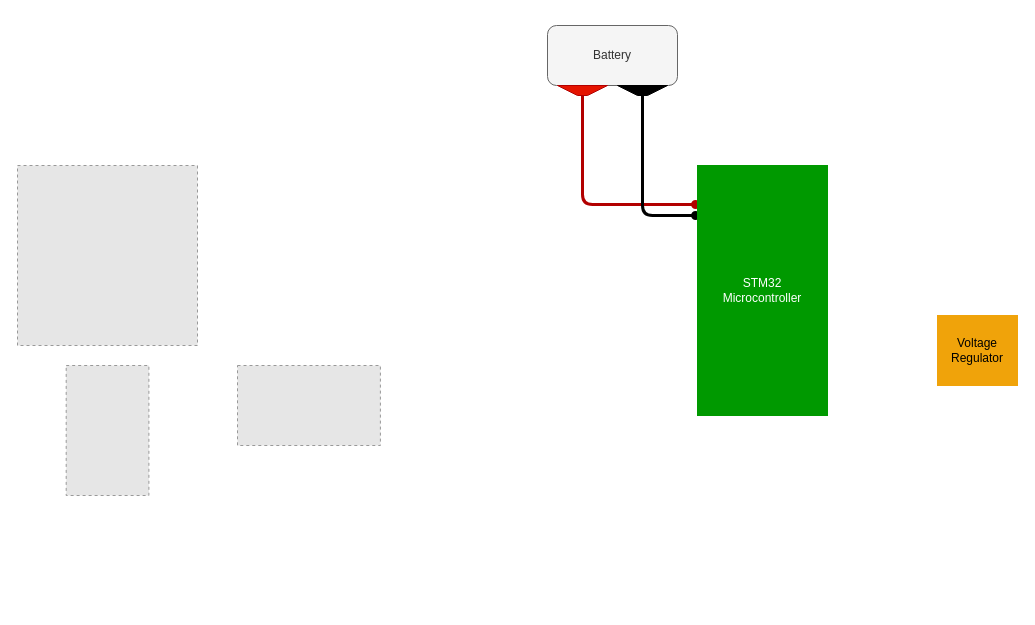
anilberg/My-Diagrams keeps this draw.io diagram as Bitirme 1 - Schematics/bitirme1-elektronik-sematik.drawio. Above is the earlier version. Source tidied: cells renumbered, new cells numbered last; positions are measured from the earlier drawing's top-left corner, leaving out a move shared by most shapes. Both pictures are drawn from the tidied source at 100%, with x=0, y=0 at pixel (17, 25). Pictures stored in the file or linked from it are replaced by grey dashed boxes.
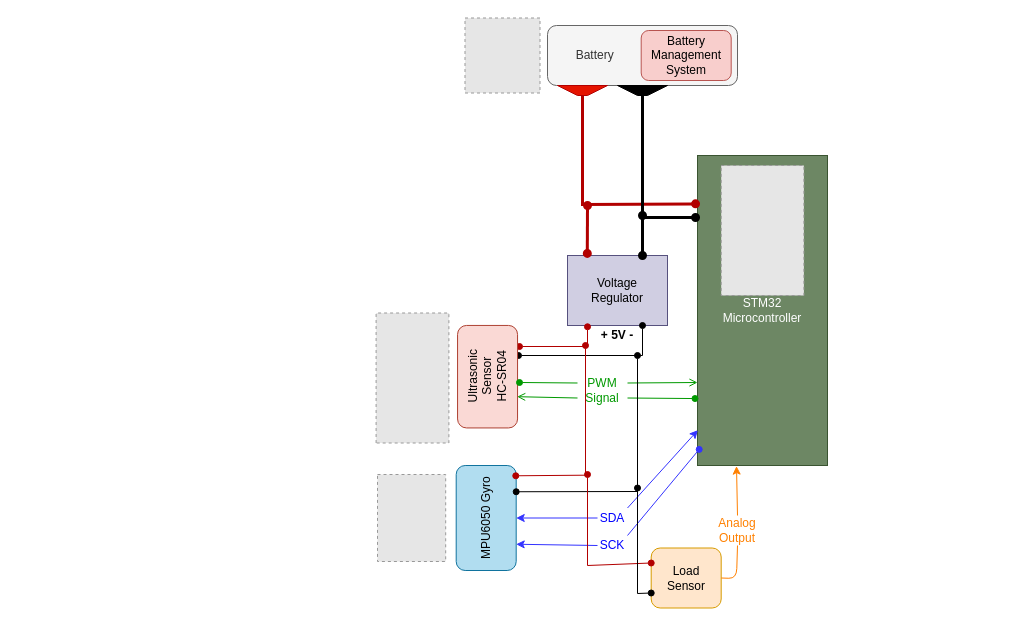
The same page after the edit.

The change refers to these unchanged cells:
```xml
<mxCell id="7" style="shape=trapezoid;perimeter=trapezoidPerimeter;whiteSpace=wrap;html=1;fixedSize=1;rotation=-180;fillColor=#e51400;strokeColor=#B20000;fontColor=#ffffff;" parent="1" vertex="1">
  <mxGeometry x="540" y="60" width="50" height="10" as="geometry" />
</mxCell>
<mxCell id="8" style="shape=trapezoid;perimeter=trapezoidPerimeter;whiteSpace=wrap;html=1;fixedSize=1;rotation=-180;fontColor=#ffffff;fillColor=#000000;" parent="1" vertex="1">
  <mxGeometry x="600" y="60" width="50" height="10" as="geometry" />
</mxCell>
```

Diff of the diagram source:
```diff
@@
+    <mxCell id="9" value="STM32&lt;br&gt;Microcontroller" style="rounded=0;whiteSpace=wrap;html=1;fontColor=#ffffff;fillColor=#6d8764;strokeColor=#3A5431;" parent="1" vertex="1">
+      <mxGeometry x="680" y="130" width="130" height="310" as="geometry" />
+    </mxCell>
     <mxCell id="2" style="fillColor=#E6E6E6;strokeColor=#999999;dashed=1;verticalLabelPosition=bottom;labelBackgroundColor=#ffffff;verticalAlign=top;" parent="1" vertex="1">
-      <mxGeometry y="140" width="180" height="180" as="geometry" />
+      <mxGeometry x="447.5" y="-7.5" width="75" height="75" as="geometry" />
     </mxCell>
     <mxCell id="3" style="fillColor=#E6E6E6;strokeColor=#999999;dashed=1;verticalLabelPosition=bottom;verticalAlign=top;" parent="1" vertex="1">
-      <mxGeometry x="48.7" y="340" width="82.7" height="130" as="geometry" />
+      <mxGeometry x="703.7" y="140" width="82.7" height="130" as="geometry" />
     </mxCell>
-    <mxCell id="4" style="endArrow=oval;html=1;fillColor=#e51400;strokeColor=#B20000;strokeWidth=3;startArrow=oval;startFill=1;endFill=1;entryX=0.5;entryY=1;entryDx=0;entryDy=0;exitX=-0.015;exitY=0.156;exitDx=0;exitDy=0;exitPerimeter=0;" parent="1" edge="1" source="9" target="7">
+    <mxCell id="4" style="endArrow=oval;html=1;fillColor=#e51400;strokeColor=#B20000;strokeWidth=3;startArrow=oval;startFill=1;endFill=1;entryX=0.5;entryY=1;entryDx=0;entryDy=0;exitX=-0.015;exitY=0.156;exitDx=0;exitDy=0;exitPerimeter=0;rounded=0;" parent="1" edge="1" source="9" target="7">
       <mxGeometry relative="1" as="geometry">
         <Array as="points">
           <mxPoint x="565" y="179" />
         </Array>
       </mxGeometry>
     </mxCell>
-    <mxCell id="5" style="endArrow=oval;html=1;fillColor=#e51400;strokeWidth=3;startArrow=oval;startFill=1;endFill=1;exitX=0.5;exitY=1;exitDx=0;exitDy=0;entryX=-0.015;entryY=0.2;entryDx=0;entryDy=0;entryPerimeter=0;" parent="1" edge="1" source="8" target="9">
+    <mxCell id="5" style="endArrow=oval;html=1;fillColor=#e51400;strokeWidth=3;startArrow=oval;startFill=1;endFill=1;exitX=0.5;exitY=1;exitDx=0;exitDy=0;entryX=-0.015;entryY=0.2;entryDx=0;entryDy=0;entryPerimeter=0;rounded=0;" parent="1" edge="1" source="8" target="9">
       <mxGeometry relative="1" as="geometry">
         <Array as="points">
-          <mxPoint x="625" y="190" />
+          <mxPoint x="625" y="192" />
         </Array>
       </mxGeometry>
     </mxCell>
-    <mxCell id="6" value="Battery" style="rounded=1;whiteSpace=wrap;html=1;fillColor=#f5f5f5;strokeColor=#666666;fontColor=#333333;" parent="1" vertex="1">
-      <mxGeometry x="530" width="130" height="60" as="geometry" />
+    <mxCell id="6" value="&amp;nbsp; &amp;nbsp; &amp;nbsp; &amp;nbsp; Battery" style="rounded=1;whiteSpace=wrap;html=1;fillColor=#f5f5f5;strokeColor=#666666;fontColor=#333333;align=left;" parent="1" vertex="1">
+      <mxGeometry x="530" width="190" height="60" as="geometry" />
     </mxCell>
@@
-    <mxCell id="9" value="STM32&lt;br&gt;Microcontroller" style="rounded=0;whiteSpace=wrap;html=1;fontColor=#ffffff;fillColor=#009900;strokeColor=#009900;" parent="1" vertex="1">
-      <mxGeometry x="680" y="140" width="130" height="250" as="geometry" />
-    </mxCell>
-    <mxCell id="10" style="fillColor=#E6E6E6;strokeColor=#999999;dashed=1;verticalLabelPosition=bottom;labelBackgroundColor=#ffffff;verticalAlign=top;" parent="1" vertex="1">
-      <mxGeometry x="220" y="340" width="142.9" height="80" as="geometry" />
+    <mxCell id="10" style="fillColor=#E6E6E6;strokeColor=#999999;dashed=1;verticalLabelPosition=bottom;labelBackgroundColor=#ffffff;verticalAlign=top;rotation=-90;" parent="1" vertex="1">
+      <mxGeometry x="330" y="316.1" width="130" height="72.8" as="geometry" />
     </mxCell>
-    <mxCell id="11" value="Voltage&lt;br&gt;Regulator" style="rounded=0;whiteSpace=wrap;html=1;fontColor=#000000;fillColor=#F0A30A;strokeColor=#F0A30A;" parent="1" vertex="1">
-      <mxGeometry x="920" y="290" width="80" height="70" as="geometry" />
+    <mxCell id="11" value="Voltage&lt;br&gt;Regulator" style="rounded=0;whiteSpace=wrap;html=1;fillColor=#d0cee2;strokeColor=#56517e;" parent="1" vertex="1">
+      <mxGeometry x="550" y="230" width="100" height="70" as="geometry" />
     </mxCell>
+    <mxCell id="12" style="endArrow=oval;html=1;fillColor=#e51400;strokeColor=#B20000;strokeWidth=3;startArrow=oval;startFill=1;endFill=1;rounded=0;exitX=0.198;exitY=-0.03;exitDx=0;exitDy=0;exitPerimeter=0;" parent="1" edge="1" source="11">
+      <mxGeometry relative="1" as="geometry">
+        <mxPoint x="570" y="180" as="targetPoint" />
+      </mxGeometry>
+    </mxCell>
+    <mxCell id="13" style="endArrow=oval;html=1;fillColor=#e51400;strokeWidth=3;startArrow=oval;startFill=1;endFill=1;rounded=0;entryX=0.75;entryY=0;entryDx=0;entryDy=0;" parent="1" edge="1" target="11">
+      <mxGeometry relative="1" as="geometry">
+        <mxPoint x="625" y="190" as="sourcePoint" />
+      </mxGeometry>
+    </mxCell>
+    <mxCell id="14" style="endArrow=oval;html=1;fillColor=#e51400;strokeColor=#B20000;strokeWidth=1;startArrow=oval;startFill=1;endFill=1;rounded=0;entryX=0.2;entryY=1.018;entryDx=0;entryDy=0;entryPerimeter=0;" parent="1" edge="1" target="11">
+      <mxGeometry relative="1" as="geometry">
+        <mxPoint x="502" y="321" as="sourcePoint" />
+        <Array as="points">
+          <mxPoint x="570" y="321" />
+        </Array>
+      </mxGeometry>
+    </mxCell>
+    <mxCell id="15" style="endArrow=oval;html=1;fillColor=#e51400;strokeWidth=1;startArrow=oval;startFill=1;endFill=1;rounded=0;exitX=0.75;exitY=1;exitDx=0;exitDy=0;" parent="1" edge="1" source="11">
+      <mxGeometry relative="1" as="geometry">
+        <mxPoint x="501" y="330" as="targetPoint" />
+        <Array as="points">
+          <mxPoint x="625" y="330" />
+        </Array>
+      </mxGeometry>
+    </mxCell>
+    <mxCell id="16" value="&lt;b&gt;+ 5V -&lt;/b&gt;" style="text;html=1;strokeColor=none;fillColor=none;align=center;verticalAlign=middle;whiteSpace=wrap;rounded=0;" parent="1" vertex="1">
+      <mxGeometry x="580" y="300" width="40" height="20" as="geometry" />
+    </mxCell>
+    <mxCell id="17" value="Ultrasonic&lt;br&gt;Sensor&lt;br&gt;HC-SR04" style="rounded=1;whiteSpace=wrap;html=1;strokeColor=#ae4132;fillColor=#fad9d5;rotation=-90;" parent="1" vertex="1">
+      <mxGeometry x="418.8" y="321.2" width="102.5" height="60" as="geometry" />
+    </mxCell>
+    <mxCell id="18" style="endArrow=oval;html=1;strokeWidth=1;strokeColor=#009900;startArrow=none;startFill=0;endFill=1;exitX=0;exitY=0.25;exitDx=0;exitDy=0;" parent="1" edge="1" source="19">
+      <mxGeometry relative="1" as="geometry">
+        <mxPoint x="502" y="357" as="targetPoint" />
+      </mxGeometry>
+    </mxCell>
+    <mxCell id="19" value="&lt;font color=&quot;#009900&quot;&gt;PWM Signal&lt;/font&gt;" style="text;html=1;strokeColor=none;fillColor=none;align=center;verticalAlign=middle;whiteSpace=wrap;rounded=0;" parent="1" vertex="1">
+      <mxGeometry x="560" y="350" width="50" height="30" as="geometry" />
+    </mxCell>
+    <mxCell id="20" style="endArrow=none;html=1;strokeWidth=1;strokeColor=#009900;startArrow=open;startFill=0;endFill=1;entryX=1;entryY=0.25;entryDx=0;entryDy=0;" parent="1" edge="1" target="19">
+      <mxGeometry relative="1" as="geometry">
+        <mxPoint x="680" y="357" as="sourcePoint" />
+      </mxGeometry>
+    </mxCell>
+    <mxCell id="21" style="endArrow=oval;html=1;strokeWidth=1;startArrow=none;startFill=0;endFill=1;exitX=1;exitY=0.75;exitDx=0;exitDy=0;entryX=-0.019;entryY=0.784;entryDx=0;entryDy=0;entryPerimeter=0;strokeColor=#009900;" parent="1" edge="1" source="19" target="9">
+      <mxGeometry relative="1" as="geometry" />
+    </mxCell>
+    <mxCell id="22" style="endArrow=none;html=1;strokeWidth=1;strokeColor=#009900;startArrow=open;startFill=0;endFill=1;exitX=0.305;exitY=0.994;exitDx=0;exitDy=0;entryX=0;entryY=0.75;entryDx=0;entryDy=0;exitPerimeter=0;" parent="1" edge="1" source="17" target="19">
+      <mxGeometry relative="1" as="geometry" />
+    </mxCell>
+    <mxCell id="23" value="MPU6050 Gyro" style="rounded=1;whiteSpace=wrap;html=1;strokeColor=#10739e;fillColor=#b1ddf0;rotation=-90;" parent="1" vertex="1">
+      <mxGeometry x="416.2" y="462.5" width="105" height="60" as="geometry" />
+    </mxCell>
+    <mxCell id="24" style="endArrow=oval;html=1;fillColor=#e51400;strokeColor=#B20000;strokeWidth=1;startArrow=oval;startFill=1;endFill=1;rounded=0;exitX=0.902;exitY=0.993;exitDx=0;exitDy=0;exitPerimeter=0;" parent="1" edge="1" source="23">
+      <mxGeometry relative="1" as="geometry">
+        <mxPoint x="568" y="320" as="targetPoint" />
+        <Array as="points">
+          <mxPoint x="568" y="449.7" />
+        </Array>
+      </mxGeometry>
+    </mxCell>
+    <mxCell id="25" style="endArrow=oval;html=1;fillColor=#e51400;strokeWidth=1;startArrow=oval;startFill=1;endFill=1;rounded=0;entryX=0.75;entryY=1;entryDx=0;entryDy=0;" parent="1" edge="1" target="23">
+      <mxGeometry relative="1" as="geometry">
+        <mxPoint x="620" y="330" as="sourcePoint" />
+        <Array as="points">
+          <mxPoint x="620" y="466" />
+        </Array>
+      </mxGeometry>
+    </mxCell>
+    <mxCell id="26" style="endArrow=classic;startArrow=none;html=1;strokeWidth=1;strokeColor=#3333FF;entryX=0.003;entryY=0.886;entryDx=0;entryDy=0;entryPerimeter=0;exitX=1;exitY=0;exitDx=0;exitDy=0;rounded=0;" parent="1" edge="1" source="27" target="9">
+      <mxGeometry relative="1" as="geometry" />
+    </mxCell>
+    <mxCell id="27" value="&lt;font color=&quot;#0000ff&quot;&gt;SDA&lt;/font&gt;" style="text;html=1;strokeColor=none;fillColor=none;align=center;verticalAlign=middle;whiteSpace=wrap;rounded=0;" parent="1" vertex="1">
+      <mxGeometry x="580" y="482.5" width="30" height="20" as="geometry" />
+    </mxCell>
+    <mxCell id="28" style="endArrow=none;startArrow=classic;html=1;strokeWidth=1;strokeColor=#3333FF;exitX=0.5;exitY=1;exitDx=0;exitDy=0;entryX=0;entryY=0.5;entryDx=0;entryDy=0;rounded=0;" parent="1" edge="1" source="23" target="27">
+      <mxGeometry relative="1" as="geometry" />
+    </mxCell>
+    <mxCell id="29" style="endArrow=classic;html=1;strokeColor=#3333FF;strokeWidth=1;startArrow=none;startFill=1;exitX=0;exitY=0.5;exitDx=0;exitDy=0;entryX=0.25;entryY=1;entryDx=0;entryDy=0;" parent="1" edge="1" source="30" target="23">
+      <mxGeometry relative="1" as="geometry" />
+    </mxCell>
+    <mxCell id="30" value="&lt;font color=&quot;#0000ff&quot;&gt;SCK&lt;/font&gt;" style="text;html=1;strokeColor=none;fillColor=none;align=center;verticalAlign=middle;whiteSpace=wrap;rounded=0;" parent="1" vertex="1">
+      <mxGeometry x="580" y="510" width="30" height="20" as="geometry" />
+    </mxCell>
+    <mxCell id="31" style="endArrow=none;html=1;strokeColor=#3333FF;strokeWidth=1;startArrow=oval;startFill=1;exitX=0.013;exitY=0.948;exitDx=0;exitDy=0;exitPerimeter=0;entryX=1;entryY=0;entryDx=0;entryDy=0;" parent="1" edge="1" source="9" target="30">
+      <mxGeometry relative="1" as="geometry" />
+    </mxCell>
+    <mxCell id="32" style="fillColor=#E6E6E6;strokeColor=#999999;dashed=1;verticalLabelPosition=bottom;labelBackgroundColor=#ffffff;verticalAlign=top;" parent="1" vertex="1">
+      <mxGeometry x="360" y="449" width="68.2" height="87" as="geometry" />
+    </mxCell>
+    <mxCell id="33" value="Load Sensor" style="rounded=1;whiteSpace=wrap;html=1;strokeColor=#d79b00;fillColor=#ffe6cc;" parent="1" vertex="1">
+      <mxGeometry x="633.7" y="522.5" width="70" height="60" as="geometry" />
+    </mxCell>
+    <mxCell id="34" style="endArrow=oval;html=1;fillColor=#e51400;strokeColor=#B20000;strokeWidth=1;startArrow=oval;startFill=1;endFill=1;rounded=0;exitX=0;exitY=0.25;exitDx=0;exitDy=0;" parent="1" edge="1" source="33">
+      <mxGeometry relative="1" as="geometry">
+        <mxPoint x="570" y="449" as="targetPoint" />
+        <Array as="points">
+          <mxPoint x="570" y="540" />
+        </Array>
+      </mxGeometry>
+    </mxCell>
+    <mxCell id="35" style="endArrow=oval;html=1;fillColor=#e51400;strokeWidth=1;startArrow=oval;startFill=1;endFill=1;rounded=0;entryX=0;entryY=0.75;entryDx=0;entryDy=0;" parent="1" edge="1" target="33">
+      <mxGeometry relative="1" as="geometry">
+        <mxPoint x="620" y="462.5" as="sourcePoint" />
+        <Array as="points">
+          <mxPoint x="620" y="568" />
+        </Array>
+      </mxGeometry>
+    </mxCell>
+    <mxCell id="36" style="endArrow=classic;html=1;strokeWidth=1;strokeColor=#FF8000;entryX=0.3;entryY=1.002;entryDx=0;entryDy=0;entryPerimeter=0;exitX=0.5;exitY=0;exitDx=0;exitDy=0;startArrow=none;" parent="1" edge="1" source="37" target="9">
+      <mxGeometry relative="1" as="geometry" />
+    </mxCell>
+    <mxCell id="37" value="&lt;font color=&quot;#ff8000&quot;&gt;Analog&lt;br&gt;Output&lt;/font&gt;" style="text;html=1;strokeColor=none;fillColor=none;align=center;verticalAlign=middle;whiteSpace=wrap;rounded=0;" parent="1" vertex="1">
+      <mxGeometry x="700" y="490" width="40" height="30" as="geometry" />
+    </mxCell>
+    <mxCell id="38" style="endArrow=none;html=1;strokeWidth=1;strokeColor=#FF8000;entryX=0.5;entryY=1;entryDx=0;entryDy=0;exitX=1;exitY=0.5;exitDx=0;exitDy=0;" parent="1" edge="1" source="33" target="37">
+      <mxGeometry relative="1" as="geometry">
+        <Array as="points">
+          <mxPoint x="719" y="553" />
+        </Array>
+      </mxGeometry>
+    </mxCell>
+    <mxCell id="39" value="Battery Management System" style="rounded=1;whiteSpace=wrap;html=1;strokeColor=#b85450;fillColor=#f8cecc;" parent="1" vertex="1">
+      <mxGeometry x="623.7" y="5" width="90" height="50" as="geometry" />
+    </mxCell>
```
